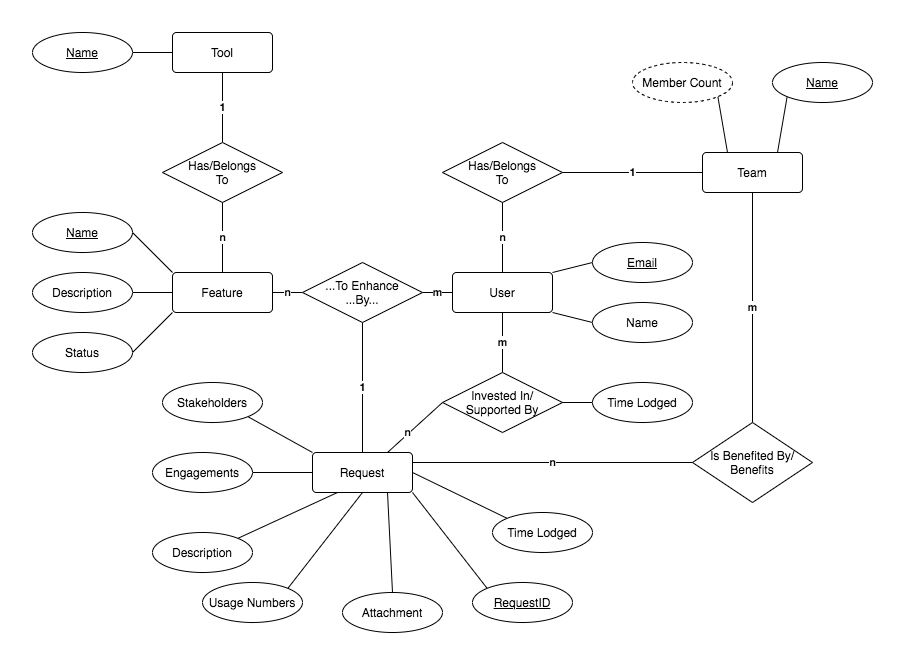
Before: docs/DB Entity Rel Model.png, a diagram exported from draw.io (cpanzenbock/Fraudtech-Web-Activity). Source tidied: cells renumbered, new cells last; positions are measured from the earlier drawing's top-left corner, leaving out a move shared by most shapes.
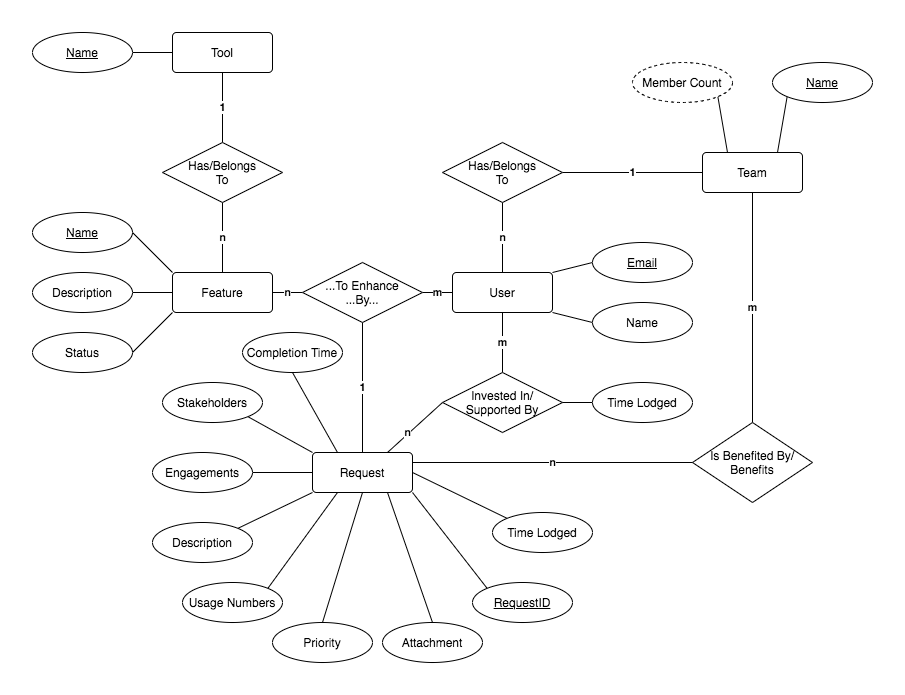
Above is the later version.

The edit, as a diff of the source:
```diff
@@ -116,20 +116,20 @@
     <mxCell id="39" value="Engagements" style="ellipse;whiteSpace=wrap;html=1;align=center;" parent="1" vertex="1">
       <mxGeometry x="120" y="420" width="100" height="40" as="geometry" />
     </mxCell>
-    <mxCell id="40" style="edgeStyle=none;rounded=0;jettySize=auto;html=1;exitX=1;exitY=0;exitDx=0;exitDy=0;entryX=0.25;entryY=1;entryDx=0;entryDy=0;endArrow=none;endFill=0;" parent="1" edge="1" source="41" target="45">
+    <mxCell id="40" style="edgeStyle=none;rounded=0;jettySize=auto;html=1;exitX=1;exitY=0;exitDx=0;exitDy=0;entryX=0;entryY=1;entryDx=0;entryDy=0;endArrow=none;endFill=0;" parent="1" edge="1" source="41" target="45">
       <mxGeometry relative="1" as="geometry" />
     </mxCell>
     <mxCell id="41" value="Description" style="ellipse;whiteSpace=wrap;html=1;align=center;" parent="1" vertex="1">
-      <mxGeometry x="120" y="500" width="100" height="40" as="geometry" />
+      <mxGeometry x="120" y="490" width="100" height="40" as="geometry" />
     </mxCell>
     <mxCell id="42" value="Attachment" style="ellipse;whiteSpace=wrap;html=1;align=center;" parent="1" vertex="1">
-      <mxGeometry x="310" y="560" width="100" height="40" as="geometry" />
+      <mxGeometry x="350" y="590" width="100" height="40" as="geometry" />
     </mxCell>
-    <mxCell id="43" style="rounded=0;jettySize=auto;html=1;exitX=0.5;exitY=1;exitDx=0;exitDy=0;entryX=1;entryY=0;entryDx=0;entryDy=0;endArrow=none;endFill=0;" parent="1" edge="1" source="45" target="44">
+    <mxCell id="43" style="rounded=0;jettySize=auto;html=1;exitX=0.25;exitY=1;exitDx=0;exitDy=0;entryX=1;entryY=0;entryDx=0;entryDy=0;endArrow=none;endFill=0;" parent="1" edge="1" source="45" target="44">
       <mxGeometry relative="1" as="geometry" />
     </mxCell>
     <mxCell id="44" value="Usage Numbers" style="ellipse;whiteSpace=wrap;html=1;align=center;" parent="1" vertex="1">
-      <mxGeometry x="170" y="550" width="100" height="40" as="geometry" />
+      <mxGeometry x="150" y="550" width="100" height="40" as="geometry" />
     </mxCell>
     <mxCell id="45" value="Request" style="rounded=1;arcSize=10;whiteSpace=wrap;html=1;align=center;" parent="1" vertex="1">
       <mxGeometry x="280" y="420" width="100" height="40" as="geometry" />
@@ -164,5 +164,17 @@
     <mxCell id="55" value="Member Count" style="ellipse;whiteSpace=wrap;html=1;align=center;dashed=1;" parent="1" vertex="1">
       <mxGeometry x="600" y="30" width="100" height="40" as="geometry" />
     </mxCell>
+    <mxCell id="56" value="Completion Time" style="ellipse;whiteSpace=wrap;html=1;align=center;" parent="1" vertex="1">
+      <mxGeometry x="210" y="300" width="100" height="40" as="geometry" />
+    </mxCell>
+    <mxCell id="57" style="edgeStyle=none;rounded=0;jettySize=auto;html=1;exitX=0.5;exitY=1;exitDx=0;exitDy=0;entryX=0.25;entryY=0;entryDx=0;entryDy=0;endArrow=none;endFill=0;" parent="1" edge="1" source="56" target="45">
+      <mxGeometry relative="1" as="geometry" />
+    </mxCell>
+    <mxCell id="58" style="rounded=0;jettySize=auto;html=1;exitX=0.5;exitY=0;exitDx=0;exitDy=0;entryX=0.5;entryY=1;entryDx=0;entryDy=0;endArrow=none;endFill=0;" parent="1" edge="1" source="59" target="45">
+      <mxGeometry relative="1" as="geometry" />
+    </mxCell>
+    <mxCell id="59" value="Priority" style="ellipse;whiteSpace=wrap;html=1;align=center;" parent="1" vertex="1">
+      <mxGeometry x="240" y="590" width="100" height="40" as="geometry" />
+    </mxCell>
   </root>
 </mxGraphModel>
```
